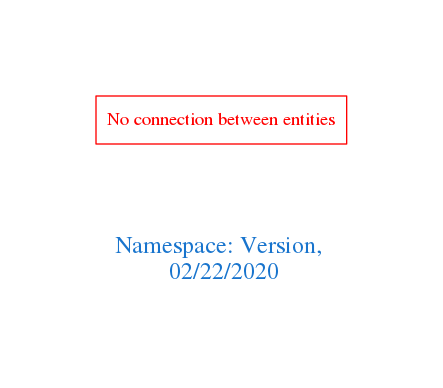
Earlier version of the Graphviz export downloads/Version.png (arago/OGIT). Its source is kept beside it as downloads/Version.dot.
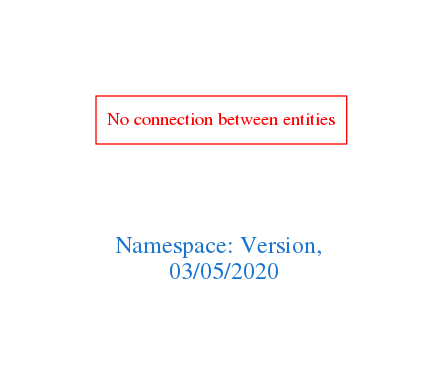
The same file after the commit.

Diff of the diagram source:
```diff
@@ -1,7 +1,7 @@
 digraph OGIT_ontology {
  graph [ rankdir= LR,pad=1
 fontsize = 18,
-fontcolor= dodgerblue3,label = "\n\n\nNamespace: Version, \n 02/22/2020"];
+fontcolor= dodgerblue3,label = "\n\n\nNamespace: Version, \n 03/05/2020"];
 node[shape=polygon];
 edge [  color="gray81"];
 
```
